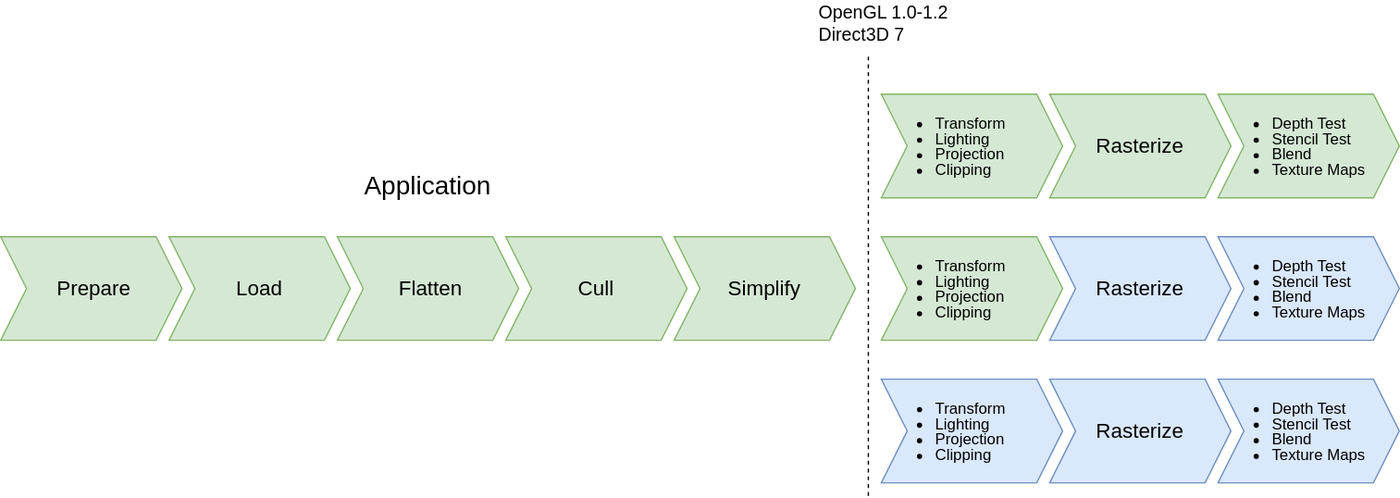
Before: assets/images/opengl-graphics-pipeline.svg, a diagram exported from draw.io (TheCandidStartup/TheCandidStartup.github.io). Source tidied: cells renumbered, new cells last; positions are measured from the earlier drawing's top-left corner, leaving out a move shared by most shapes.
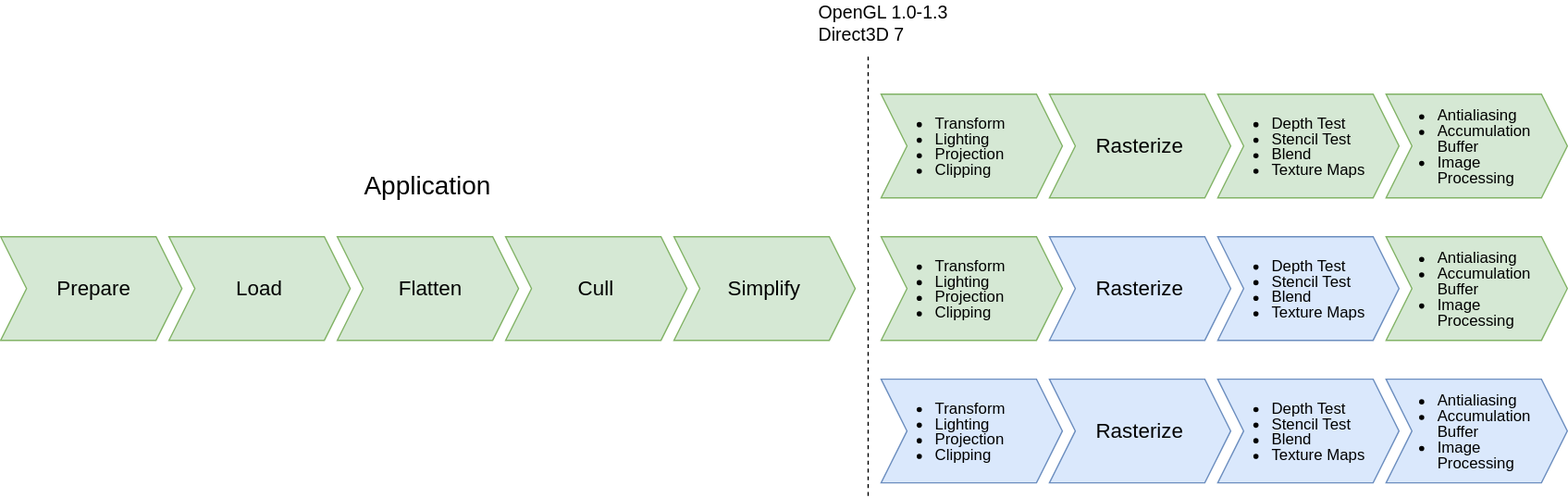
The same diagram one commit later.

What changed in the source:
```diff
@@ -35,7 +35,7 @@
     <mxCell id="12" value="&lt;ul style=&quot;line-height: 100%;&quot;&gt;&lt;li&gt;Depth Test&lt;/li&gt;&lt;li&gt;Stencil Test&lt;/li&gt;&lt;li&gt;Blend&lt;/li&gt;&lt;li&gt;Texture Maps&lt;/li&gt;&lt;/ul&gt;" style="shape=step;perimeter=stepPerimeter;whiteSpace=wrap;html=1;fixedSize=1;fillColor=#d5e8d4;strokeColor=#82b366;align=left;spacing=0;spacingLeft=2;" parent="1" vertex="1">
       <mxGeometry x="940" y="70" width="140" height="80" as="geometry" />
     </mxCell>
-    <mxCell id="13" value="OpenGL 1.0-1.2&lt;br&gt;Direct3D 7" style="text;html=1;strokeColor=none;fillColor=none;align=left;verticalAlign=middle;whiteSpace=wrap;rounded=0;fontSize=14;" parent="1" vertex="1">
+    <mxCell id="13" value="OpenGL 1.0-1.3&lt;br&gt;Direct3D 7" style="text;html=1;strokeColor=none;fillColor=none;align=left;verticalAlign=middle;whiteSpace=wrap;rounded=0;fontSize=14;" parent="1" vertex="1">
       <mxGeometry x="630" width="115" height="30" as="geometry" />
     </mxCell>
     <mxCell id="14" value="&lt;div style=&quot;line-height: 100%;&quot;&gt;&lt;ul style=&quot;line-height: 100%;&quot;&gt;&lt;li&gt;Transform&lt;/li&gt;&lt;li&gt;Lighting&lt;/li&gt;&lt;li&gt;Projection&lt;/li&gt;&lt;li&gt;Clipping&lt;/li&gt;&lt;/ul&gt;&lt;/div&gt;" style="shape=step;perimeter=stepPerimeter;whiteSpace=wrap;html=1;fixedSize=1;fillColor=#dae8fc;strokeColor=#6c8ebf;align=left;verticalAlign=middle;spacingLeft=2;spacing=0;spacingTop=0;" parent="1" vertex="1">
@@ -56,5 +56,14 @@
     <mxCell id="18" value="&lt;font style=&quot;font-size: 20px;&quot;&gt;Application&lt;/font&gt;" style="text;html=1;strokeColor=none;fillColor=none;align=center;verticalAlign=middle;whiteSpace=wrap;rounded=0;fontSize=12;opacity=65;" parent="1" vertex="1">
       <mxGeometry x="300" y="120" width="60" height="40" as="geometry" />
     </mxCell>
+    <mxCell id="19" value="&lt;ul style=&quot;line-height: 100%;&quot;&gt;&lt;li&gt;Antialiasing&lt;/li&gt;&lt;li&gt;Accumulation Buffer&lt;/li&gt;&lt;li&gt;Image Processing&lt;/li&gt;&lt;/ul&gt;" style="shape=step;perimeter=stepPerimeter;whiteSpace=wrap;html=1;fixedSize=1;fillColor=#d5e8d4;strokeColor=#82b366;align=left;spacing=0;spacingLeft=0;spacingRight=20;" parent="1" vertex="1">
+      <mxGeometry x="1070" y="70" width="140" height="80" as="geometry" />
+    </mxCell>
+    <mxCell id="20" value="&lt;ul style=&quot;line-height: 100%;&quot;&gt;&lt;li&gt;Antialiasing&lt;/li&gt;&lt;li&gt;Accumulation Buffer&lt;/li&gt;&lt;li&gt;Image Processing&lt;/li&gt;&lt;/ul&gt;" style="shape=step;perimeter=stepPerimeter;whiteSpace=wrap;html=1;fixedSize=1;fillColor=#d5e8d4;strokeColor=#82b366;align=left;spacing=0;spacingLeft=0;spacingRight=20;" parent="1" vertex="1">
+      <mxGeometry x="1070" y="180" width="140" height="80" as="geometry" />
+    </mxCell>
+    <mxCell id="21" value="&lt;ul style=&quot;line-height: 100%;&quot;&gt;&lt;li&gt;Antialiasing&lt;/li&gt;&lt;li&gt;Accumulation Buffer&lt;/li&gt;&lt;li&gt;Image Processing&lt;/li&gt;&lt;/ul&gt;" style="shape=step;perimeter=stepPerimeter;whiteSpace=wrap;html=1;fixedSize=1;fillColor=#dae8fc;strokeColor=#6c8ebf;align=left;spacing=0;spacingLeft=0;spacingRight=20;" parent="1" vertex="1">
+      <mxGeometry x="1070" y="290" width="140" height="80" as="geometry" />
+    </mxCell>
   </root>
 </mxGraphModel>
```
